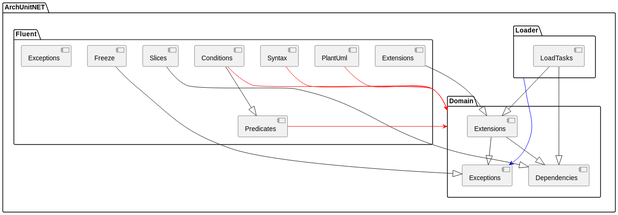
TNG/ArchUnitNET keeps this PlantUML diagram as documentation/docs/diagrams/archUnitNet_two.svg. Above is the earlier version. Source of this version:
```plantuml
@startuml
package ArchUnitNET {
package Loader {
[LoadTasks] as ArchUnitNET.Loader.LoadTasks
}
}

package ArchUnitNET {
package Fluent {
[Syntax] as ArchUnitNET.Fluent.Syntax
}
}

package ArchUnitNET {
package Fluent {
[Slices] as ArchUnitNET.Fluent.Slices
}
}

package ArchUnitNET {
package Fluent {
[Predicates] as ArchUnitNET.Fluent.Predicates
}
}

package ArchUnitNET {
package Fluent {
[PlantUml] as ArchUnitNET.Fluent.PlantUml
}
}

package ArchUnitNET {
package Fluent {
[Freeze] as ArchUnitNET.Fluent.Freeze
}
}

package ArchUnitNET {
package Fluent {
[Extensions] as ArchUnitNET.Fluent.Extensions
}
}

package ArchUnitNET {
package Fluent {
[Exceptions] as ArchUnitNET.Fluent.Exceptions
}
}

package ArchUnitNET {
package Fluent {
[Conditions] as ArchUnitNET.Fluent.Conditions
}
}

package ArchUnitNET {
package Domain {
[Extensions] as ArchUnitNET.Domain.Extensions
}
}

package ArchUnitNET {
package Domain {
[Exceptions] as ArchUnitNET.Domain.Exceptions
}
}

package ArchUnitNET {
package Domain {
[Dependencies] as ArchUnitNET.Domain.Dependencies
}
}

Loader -[#blue]> [ArchUnitNET.Domain.Exceptions]
[ArchUnitNET.Loader.LoadTasks] --|> [ArchUnitNET.Domain.Extensions]
[ArchUnitNET.Loader.LoadTasks] --|> [ArchUnitNET.Domain.Dependencies]
[ArchUnitNET.Fluent.Syntax] -[#red]> Domain
[ArchUnitNET.Fluent.Slices] --|> [ArchUnitNET.Domain.Dependencies]
[ArchUnitNET.Fluent.Predicates] -[#red]> Domain
[ArchUnitNET.Fluent.PlantUml] -[#red]> Domain
[ArchUnitNET.Fluent.Freeze] --|> [ArchUnitNET.Domain.Exceptions]
[ArchUnitNET.Fluent.Extensions] --|> [ArchUnitNET.Domain.Extensions]
[ArchUnitNET.Fluent.Conditions] --|> [ArchUnitNET.Fluent.Predicates]
[ArchUnitNET.Fluent.Conditions] -[#red]> Domain
[ArchUnitNET.Domain.Extensions] --|> [ArchUnitNET.Domain.Exceptions]
[ArchUnitNET.Domain.Extensions] --|> [ArchUnitNET.Domain.Dependencies]
@enduml
```
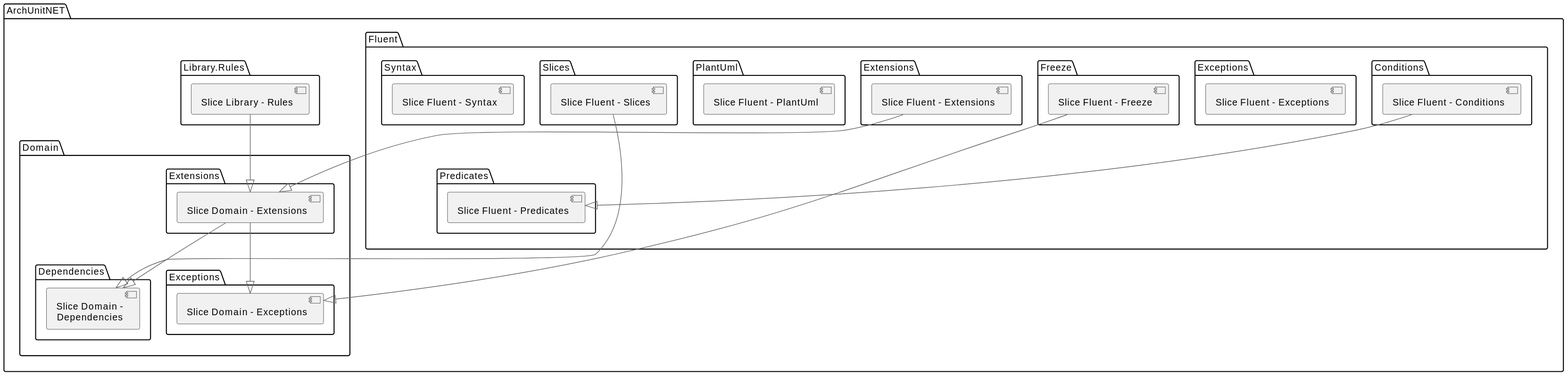
Later version of the same file.

The edit, as a diff of the source:
```diff
@@ -1,87 +1,56 @@
 @startuml
-package ArchUnitNET {
-package Loader {
-[LoadTasks] as ArchUnitNET.Loader.LoadTasks
-}
+!include <C4/C4_Container>
+
+HIDE_STEREOTYPE()
+
+package "ArchUnitNET" as ArchUnitNET {
+  package "Library.Rules" as ArchUnitNET.Library.Rules {
+    [Slice Library - Rules] as Slice_Library___Rules
+  }
+  package "Fluent" as ArchUnitNET.Fluent {
+    package "Syntax" as ArchUnitNET.Fluent.Syntax {
+      [Slice Fluent - Syntax] as Slice_Fluent___Syntax
+    }
+    package "Slices" as ArchUnitNET.Fluent.Slices {
+      [Slice Fluent - Slices] as Slice_Fluent___Slices
+    }
+    package "Predicates" as ArchUnitNET.Fluent.Predicates {
+      [Slice Fluent - Predicates] as Slice_Fluent___Predicates
+    }
+    package "PlantUml" as ArchUnitNET.Fluent.PlantUml {
+      [Slice Fluent - PlantUml] as Slice_Fluent___PlantUml
+    }
+    package "Freeze" as ArchUnitNET.Fluent.Freeze {
+      [Slice Fluent - Freeze] as Slice_Fluent___Freeze
+    }
+    package "Extensions" as ArchUnitNET.Fluent.Extensions {
+      [Slice Fluent - Extensions] as Slice_Fluent___Extensions
+    }
+    package "Exceptions" as ArchUnitNET.Fluent.Exceptions {
+      [Slice Fluent - Exceptions] as Slice_Fluent___Exceptions
+    }
+    package "Conditions" as ArchUnitNET.Fluent.Conditions {
+      [Slice Fluent - Conditions] as Slice_Fluent___Conditions
+    }
+  }
+  package "Domain" as ArchUnitNET.Domain {
+    package "Extensions" as ArchUnitNET.Domain.Extensions {
+      [Slice Domain - Extensions] as Slice_Domain___Extensions
+    }
+    package "Exceptions" as ArchUnitNET.Domain.Exceptions {
+      [Slice Domain - Exceptions] as Slice_Domain___Exceptions
+    }
+    package "Dependencies" as ArchUnitNET.Domain.Dependencies {
+      [Slice Domain - Dependencies] as Slice_Domain___Dependencies
+    }
+  }
 }
 
-package ArchUnitNET {
-package Fluent {
-[Syntax] as ArchUnitNET.Fluent.Syntax
-}
-}
-
-package ArchUnitNET {
-package Fluent {
-[Slices] as ArchUnitNET.Fluent.Slices
-}
-}
-
-package ArchUnitNET {
-package Fluent {
-[Predicates] as ArchUnitNET.Fluent.Predicates
-}
-}
-
-package ArchUnitNET {
-package Fluent {
-[PlantUml] as ArchUnitNET.Fluent.PlantUml
-}
-}
-
-package ArchUnitNET {
-package Fluent {
-[Freeze] as ArchUnitNET.Fluent.Freeze
-}
-}
-
-package ArchUnitNET {
-package Fluent {
-[Extensions] as ArchUnitNET.Fluent.Extensions
-}
-}
-
-package ArchUnitNET {
-package Fluent {
-[Exceptions] as ArchUnitNET.Fluent.Exceptions
-}
-}
-
-package ArchUnitNET {
-package Fluent {
-[Conditions] as ArchUnitNET.Fluent.Conditions
-}
-}
-
-package ArchUnitNET {
-package Domain {
-[Extensions] as ArchUnitNET.Domain.Extensions
-}
-}
-
-package ArchUnitNET {
-package Domain {
-[Exceptions] as ArchUnitNET.Domain.Exceptions
-}
-}
-
-package ArchUnitNET {
-package Domain {
-[Dependencies] as ArchUnitNET.Domain.Dependencies
-}
-}
-
-Loader -[#blue]> [ArchUnitNET.Domain.Exceptions]
-[ArchUnitNET.Loader.LoadTasks] --|> [ArchUnitNET.Domain.Extensions]
-[ArchUnitNET.Loader.LoadTasks] --|> [ArchUnitNET.Domain.Dependencies]
-[ArchUnitNET.Fluent.Syntax] -[#red]> Domain
-[ArchUnitNET.Fluent.Slices] --|> [ArchUnitNET.Domain.Dependencies]
-[ArchUnitNET.Fluent.Predicates] -[#red]> Domain
-[ArchUnitNET.Fluent.PlantUml] -[#red]> Domain
-[ArchUnitNET.Fluent.Freeze] --|> [ArchUnitNET.Domain.Exceptions]
-[ArchUnitNET.Fluent.Extensions] --|> [ArchUnitNET.Domain.Extensions]
-[ArchUnitNET.Fluent.Conditions] --|> [ArchUnitNET.Fluent.Predicates]
-[ArchUnitNET.Fluent.Conditions] -[#red]> Domain
-[ArchUnitNET.Domain.Extensions] --|> [ArchUnitNET.Domain.Exceptions]
-[ArchUnitNET.Domain.Extensions] --|> [ArchUnitNET.Domain.Dependencies]
+[Slice_Library___Rules] --|> [Slice_Domain___Extensions]
+[Slice_Fluent___Slices] --|> [Slice_Domain___Dependencies]
+[Slice_Fluent___Freeze] --|> [Slice_Domain___Exceptions]
+[Slice_Fluent___Extensions] --|> [Slice_Domain___Extensions]
+[Slice_Fluent___Conditions] --|> [Slice_Fluent___Predicates]
+[Slice_Domain___Extensions] --|> [Slice_Domain___Exceptions]
+[Slice_Domain___Extensions] --|> [Slice_Domain___Dependencies]
 @enduml
```
